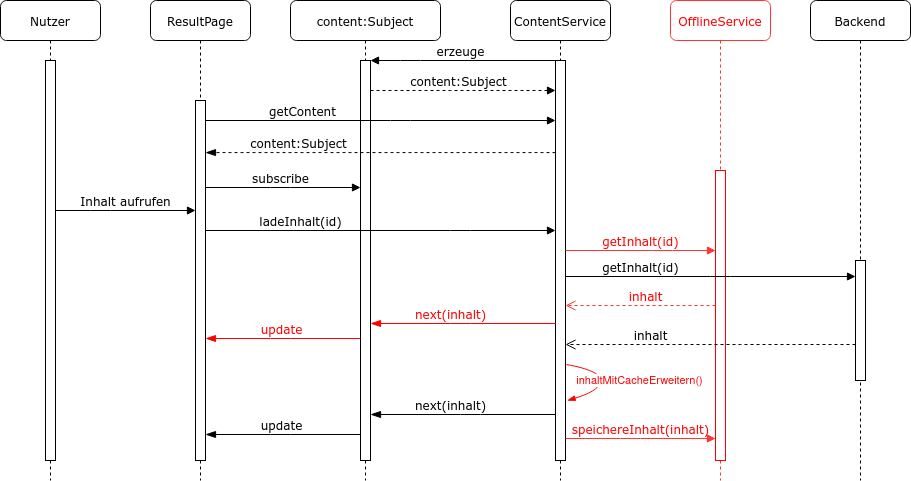
Before: tex/bilder/diagramme/inhalt-sequenzdiagramm.png, a diagram exported from draw.io (schalterDev/Bachelor-Thesis). Source tidied: cells renumbered, new cells last; positions are measured from the earlier drawing's top-left corner, leaving out a move shared by most shapes.
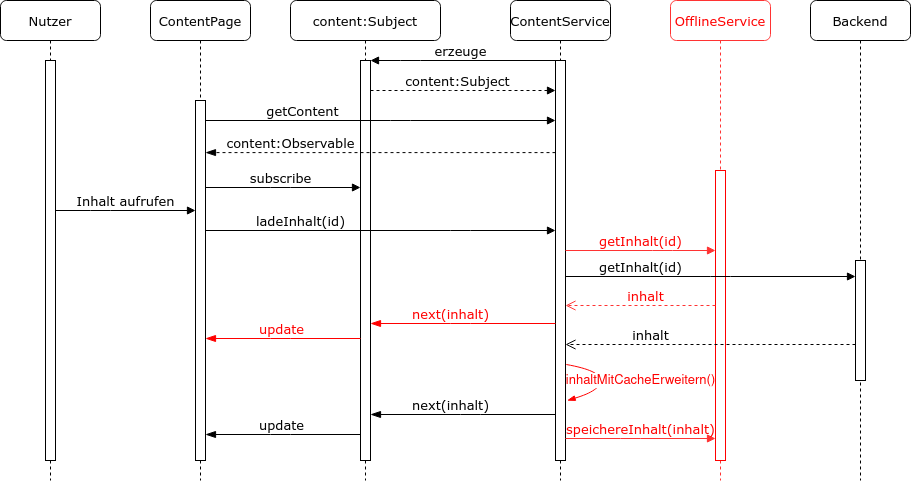
The same diagram one commit later.

Change to the diagram source:
```diff
@@ -2,19 +2,19 @@
   <root>
     <mxCell id="0" />
     <mxCell id="1" parent="0" />
-    <mxCell id="2" value="&lt;font color=&quot;#FF0000&quot;&gt;OfflineService&lt;/font&gt;" style="shape=umlLifeline;perimeter=lifelinePerimeter;whiteSpace=wrap;html=1;rounded=1;shadow=0;comic=0;labelBackgroundColor=none;strokeWidth=1;fontFamily=Verdana;fontSize=12;align=center;strokeColor=#FF3333;" parent="1" vertex="1">
+    <mxCell id="2" value="&lt;font style=&quot;font-size: 13px;&quot; color=&quot;#FF0000&quot;&gt;OfflineService&lt;/font&gt;" style="shape=umlLifeline;perimeter=lifelinePerimeter;whiteSpace=wrap;html=1;rounded=1;shadow=0;comic=0;labelBackgroundColor=none;strokeWidth=1;fontFamily=Verdana;fontSize=13;align=center;strokeColor=#FF3333;" parent="1" vertex="1">
       <mxGeometry x="670" width="100" height="480" as="geometry" />
     </mxCell>
-    <mxCell id="3" style="html=1;points=[];perimeter=orthogonalPerimeter;rounded=0;shadow=0;comic=0;labelBackgroundColor=none;strokeWidth=1;fontFamily=Verdana;fontSize=12;align=center;strokeColor=#FF0000;" parent="2" vertex="1">
+    <mxCell id="3" style="html=1;points=[];perimeter=orthogonalPerimeter;rounded=0;shadow=0;comic=0;labelBackgroundColor=none;strokeWidth=1;fontFamily=Verdana;fontSize=13;align=center;strokeColor=#FF0000;" parent="2" vertex="1">
       <mxGeometry x="45" y="170" width="10" height="290" as="geometry" />
     </mxCell>
-    <mxCell id="4" value="ContentService" style="shape=umlLifeline;perimeter=lifelinePerimeter;whiteSpace=wrap;html=1;rounded=1;shadow=0;comic=0;labelBackgroundColor=none;strokeWidth=1;fontFamily=Verdana;fontSize=12;align=center;" parent="1" vertex="1">
+    <mxCell id="4" value="ContentService" style="shape=umlLifeline;perimeter=lifelinePerimeter;whiteSpace=wrap;html=1;rounded=1;shadow=0;comic=0;labelBackgroundColor=none;strokeWidth=1;fontFamily=Verdana;fontSize=13;align=center;" parent="1" vertex="1">
       <mxGeometry x="510" width="100" height="480" as="geometry" />
     </mxCell>
-    <mxCell id="5" style="html=1;points=[];perimeter=orthogonalPerimeter;rounded=0;shadow=0;comic=0;labelBackgroundColor=none;strokeWidth=1;fontFamily=Verdana;fontSize=12;align=center;" parent="4" vertex="1">
+    <mxCell id="5" style="html=1;points=[];perimeter=orthogonalPerimeter;rounded=0;shadow=0;comic=0;labelBackgroundColor=none;strokeWidth=1;fontFamily=Verdana;fontSize=13;align=center;" parent="4" vertex="1">
       <mxGeometry x="45" y="60" width="10" height="400" as="geometry" />
     </mxCell>
-    <mxCell id="6" style="curved=1;endArrow=none;html=1;startArrow=blockThin;startFill=1;endFill=0;entryX=1.083;entryY=0.76;entryDx=0;entryDy=0;entryPerimeter=0;exitX=1.167;exitY=0.85;exitDx=0;exitDy=0;exitPerimeter=0;fontColor=#FF0000;strokeColor=#FF0000;" parent="4" edge="1" source="5" target="5">
+    <mxCell id="6" style="curved=1;endArrow=none;html=1;startArrow=blockThin;startFill=1;endFill=0;entryX=1.083;entryY=0.76;entryDx=0;entryDy=0;entryPerimeter=0;exitX=1.167;exitY=0.85;exitDx=0;exitDy=0;exitPerimeter=0;fontColor=#FF0000;strokeColor=#FF0000;fontSize=13;" parent="4" edge="1" source="5" target="5">
       <mxGeometry relative="1" as="geometry">
         <Array as="points">
           <mxPoint x="90" y="390" />
@@ -22,36 +22,36 @@
         </Array>
       </mxGeometry>
     </mxCell>
-    <mxCell id="7" value="inhaltMitCacheErweitern()" style="edgeLabel;html=1;align=center;verticalAlign=middle;fontColor=#FF0000;" parent="6" vertex="1">
+    <mxCell id="7" value="inhaltMitCacheErweitern()" style="edgeLabel;html=1;align=center;verticalAlign=middle;fontColor=#FF0000;fontSize=13;" parent="6" vertex="1">
       <mxGeometry x="0.09" y="2" relative="1" as="geometry">
         <mxPoint x="41" y="4.2" as="offset" />
       </mxGeometry>
     </mxCell>
-    <mxCell id="8" value="content:Subject" style="shape=umlLifeline;perimeter=lifelinePerimeter;whiteSpace=wrap;html=1;rounded=1;shadow=0;comic=0;labelBackgroundColor=none;strokeWidth=1;fontFamily=Verdana;fontSize=12;align=center;" parent="1" vertex="1">
+    <mxCell id="8" value="content:Subject" style="shape=umlLifeline;perimeter=lifelinePerimeter;whiteSpace=wrap;html=1;rounded=1;shadow=0;comic=0;labelBackgroundColor=none;strokeWidth=1;fontFamily=Verdana;fontSize=13;align=center;" parent="1" vertex="1">
       <mxGeometry x="290" width="150" height="480" as="geometry" />
     </mxCell>
-    <mxCell id="9" style="html=1;points=[];perimeter=orthogonalPerimeter;rounded=0;shadow=0;comic=0;labelBackgroundColor=none;strokeWidth=1;fontFamily=Verdana;fontSize=12;align=center;" parent="8" vertex="1">
+    <mxCell id="9" style="html=1;points=[];perimeter=orthogonalPerimeter;rounded=0;shadow=0;comic=0;labelBackgroundColor=none;strokeWidth=1;fontFamily=Verdana;fontSize=13;align=center;" parent="8" vertex="1">
       <mxGeometry x="70" y="60" width="10" height="400" as="geometry" />
     </mxCell>
-    <mxCell id="10" value="ResultPage" style="shape=umlLifeline;perimeter=lifelinePerimeter;whiteSpace=wrap;html=1;rounded=1;shadow=0;comic=0;labelBackgroundColor=none;strokeWidth=1;fontFamily=Verdana;fontSize=12;align=center;" parent="1" vertex="1">
+    <mxCell id="10" value="ContentPage" style="shape=umlLifeline;perimeter=lifelinePerimeter;whiteSpace=wrap;html=1;rounded=1;shadow=0;comic=0;labelBackgroundColor=none;strokeWidth=1;fontFamily=Verdana;fontSize=13;align=center;" parent="1" vertex="1">
       <mxGeometry x="150" width="100" height="480" as="geometry" />
     </mxCell>
-    <mxCell id="11" style="html=1;points=[];perimeter=orthogonalPerimeter;rounded=0;shadow=0;comic=0;labelBackgroundColor=none;strokeWidth=1;fontFamily=Verdana;fontSize=12;align=center;" parent="10" vertex="1">
+    <mxCell id="11" style="html=1;points=[];perimeter=orthogonalPerimeter;rounded=0;shadow=0;comic=0;labelBackgroundColor=none;strokeWidth=1;fontFamily=Verdana;fontSize=13;align=center;" parent="10" vertex="1">
       <mxGeometry x="45" y="100" width="10" height="360" as="geometry" />
     </mxCell>
-    <mxCell id="12" value="Backend" style="shape=umlLifeline;perimeter=lifelinePerimeter;whiteSpace=wrap;html=1;rounded=1;shadow=0;comic=0;labelBackgroundColor=none;strokeWidth=1;fontFamily=Verdana;fontSize=12;align=center;" parent="1" vertex="1">
+    <mxCell id="12" value="Backend" style="shape=umlLifeline;perimeter=lifelinePerimeter;whiteSpace=wrap;html=1;rounded=1;shadow=0;comic=0;labelBackgroundColor=none;strokeWidth=1;fontFamily=Verdana;fontSize=13;align=center;" parent="1" vertex="1">
       <mxGeometry x="810" width="100" height="480" as="geometry" />
     </mxCell>
-    <mxCell id="13" style="html=1;perimeter=orthogonalPerimeter;rounded=0;shadow=0;comic=0;labelBackgroundColor=none;strokeWidth=1;fontFamily=Verdana;fontSize=12;align=center;" parent="12" vertex="1">
+    <mxCell id="13" style="html=1;perimeter=orthogonalPerimeter;rounded=0;shadow=0;comic=0;labelBackgroundColor=none;strokeWidth=1;fontFamily=Verdana;fontSize=13;align=center;" parent="12" vertex="1">
       <mxGeometry x="45" y="260" width="10" height="120" as="geometry" />
     </mxCell>
-    <mxCell id="14" value="Nutzer" style="shape=umlLifeline;perimeter=lifelinePerimeter;whiteSpace=wrap;html=1;rounded=1;shadow=0;comic=0;labelBackgroundColor=none;strokeWidth=1;fontFamily=Verdana;fontSize=12;align=center;" parent="1" vertex="1">
+    <mxCell id="14" value="Nutzer" style="shape=umlLifeline;perimeter=lifelinePerimeter;whiteSpace=wrap;html=1;rounded=1;shadow=0;comic=0;labelBackgroundColor=none;strokeWidth=1;fontFamily=Verdana;fontSize=13;align=center;" parent="1" vertex="1">
       <mxGeometry width="100" height="480" as="geometry" />
     </mxCell>
-    <mxCell id="15" style="html=1;points=[];perimeter=orthogonalPerimeter;rounded=0;shadow=0;comic=0;labelBackgroundColor=none;strokeWidth=1;fontFamily=Verdana;fontSize=12;align=center;" parent="14" vertex="1">
+    <mxCell id="15" style="html=1;points=[];perimeter=orthogonalPerimeter;rounded=0;shadow=0;comic=0;labelBackgroundColor=none;strokeWidth=1;fontFamily=Verdana;fontSize=13;align=center;" parent="14" vertex="1">
       <mxGeometry x="45" y="60" width="10" height="400" as="geometry" />
     </mxCell>
-    <mxCell id="16" value="&lt;div&gt;getContent&lt;/div&gt;" style="html=1;verticalAlign=bottom;endArrow=block;labelBackgroundColor=none;fontFamily=Verdana;fontSize=12;edgeStyle=elbowEdgeStyle;elbow=vertical;" parent="1" edge="1" source="11" target="5">
+    <mxCell id="16" value="&lt;div style=&quot;font-size: 13px;&quot;&gt;getContent&lt;/div&gt;" style="html=1;verticalAlign=bottom;endArrow=block;labelBackgroundColor=none;fontFamily=Verdana;fontSize=13;edgeStyle=elbowEdgeStyle;elbow=vertical;" parent="1" edge="1" source="11" target="5">
       <mxGeometry x="0.47" y="-160" relative="1" as="geometry">
         <Array as="points">
           <mxPoint x="400" y="120" />
@@ -61,14 +61,14 @@
         <mxPoint x="-160" y="-160" as="offset" />
       </mxGeometry>
     </mxCell>
-    <mxCell id="17" value="Inhalt aufrufen" style="html=1;verticalAlign=bottom;endArrow=block;labelBackgroundColor=none;fontFamily=Verdana;fontSize=12;edgeStyle=elbowEdgeStyle;elbow=vertical;" parent="1" edge="1" source="15" target="11">
+    <mxCell id="17" value="Inhalt aufrufen" style="html=1;verticalAlign=bottom;endArrow=block;labelBackgroundColor=none;fontFamily=Verdana;fontSize=13;edgeStyle=elbowEdgeStyle;elbow=vertical;" parent="1" edge="1" source="15" target="11">
       <mxGeometry relative="1" as="geometry">
         <Array as="points">
           <mxPoint x="100" y="210" />
         </Array>
       </mxGeometry>
     </mxCell>
-    <mxCell id="18" value="ladeInhalt(id)" style="html=1;verticalAlign=bottom;endArrow=block;labelBackgroundColor=none;fontFamily=Verdana;fontSize=12;edgeStyle=elbowEdgeStyle;elbow=vertical;" parent="1" edge="1" source="11" target="5">
+    <mxCell id="18" value="ladeInhalt(id)" style="html=1;verticalAlign=bottom;endArrow=block;labelBackgroundColor=none;fontFamily=Verdana;fontSize=13;edgeStyle=elbowEdgeStyle;elbow=vertical;" parent="1" edge="1" source="11" target="5">
       <mxGeometry x="0.46" y="-160" relative="1" as="geometry">
         <Array as="points">
           <mxPoint x="460" y="230" />
@@ -78,7 +78,7 @@
         <mxPoint x="-160" y="-160" as="offset" />
       </mxGeometry>
     </mxCell>
-    <mxCell id="19" value="&lt;font color=&quot;#FF0000&quot;&gt;next(inhalt)&lt;/font&gt;" style="html=1;verticalAlign=bottom;endArrow=blockThin;endSize=8;labelBackgroundColor=none;fontFamily=Verdana;fontSize=12;endFill=1;strokeColor=#FF0000;" parent="1" edge="1">
+    <mxCell id="19" value="&lt;font style=&quot;font-size: 13px;&quot; color=&quot;#FF0000&quot;&gt;next(inhalt)&lt;/font&gt;" style="html=1;verticalAlign=bottom;endArrow=blockThin;endSize=8;labelBackgroundColor=none;fontFamily=Verdana;fontSize=13;endFill=1;strokeColor=#FF0000;" parent="1" edge="1">
       <mxGeometry x="0.14" relative="1" as="geometry">
         <mxPoint x="555" y="323" as="sourcePoint" />
         <mxPoint x="370" y="323" as="targetPoint" />
@@ -87,7 +87,7 @@
         </Array>
       </mxGeometry>
     </mxCell>
-    <mxCell id="20" value="getInhalt(id)" style="html=1;verticalAlign=bottom;endArrow=block;labelBackgroundColor=none;fontFamily=Verdana;fontSize=12;edgeStyle=elbowEdgeStyle;elbow=vertical;" parent="1" edge="1">
+    <mxCell id="20" value="getInhalt(id)" style="html=1;verticalAlign=bottom;endArrow=block;labelBackgroundColor=none;fontFamily=Verdana;fontSize=13;edgeStyle=elbowEdgeStyle;elbow=vertical;" parent="1" edge="1">
       <mxGeometry x="0.07" y="-80" relative="1" as="geometry">
         <mxPoint x="565" y="276" as="sourcePoint" />
         <mxPoint x="855" y="276" as="targetPoint" />
@@ -97,7 +97,7 @@
         <mxPoint x="-80" y="-80" as="offset" />
       </mxGeometry>
     </mxCell>
-    <mxCell id="21" value="inhalt" style="html=1;verticalAlign=bottom;endArrow=open;dashed=1;endSize=8;labelBackgroundColor=none;fontFamily=Verdana;fontSize=12;" parent="1" edge="1">
+    <mxCell id="21" value="inhalt" style="html=1;verticalAlign=bottom;endArrow=open;dashed=1;endSize=8;labelBackgroundColor=none;fontFamily=Verdana;fontSize=13;" parent="1" edge="1">
       <mxGeometry x="0.41" relative="1" as="geometry">
         <mxPoint x="855" y="344" as="sourcePoint" />
         <mxPoint x="565" y="344" as="targetPoint" />
@@ -106,7 +106,7 @@
         </Array>
       </mxGeometry>
     </mxCell>
-    <mxCell id="22" value="&lt;font color=&quot;#FF0000&quot;&gt;getInhalt(id)&lt;/font&gt;" style="html=1;verticalAlign=bottom;endArrow=block;labelBackgroundColor=none;fontFamily=Verdana;fontSize=12;edgeStyle=elbowEdgeStyle;elbow=vertical;strokeColor=#FF3333;" parent="1" edge="1" target="3">
+    <mxCell id="22" value="&lt;font style=&quot;font-size: 13px;&quot; color=&quot;#FF0000&quot;&gt;getInhalt(id)&lt;/font&gt;" style="html=1;verticalAlign=bottom;endArrow=block;labelBackgroundColor=none;fontFamily=Verdana;fontSize=13;edgeStyle=elbowEdgeStyle;elbow=vertical;strokeColor=#FF3333;" parent="1" edge="1" target="3">
       <mxGeometry relative="1" as="geometry">
         <mxPoint x="565" y="250" as="sourcePoint" />
         <Array as="points">
@@ -114,7 +114,7 @@
         </Array>
       </mxGeometry>
     </mxCell>
-    <mxCell id="23" value="&lt;font color=&quot;#FF0000&quot;&gt;inhalt&lt;/font&gt;" style="html=1;verticalAlign=bottom;endArrow=open;dashed=1;endSize=8;labelBackgroundColor=none;fontFamily=Verdana;fontSize=12;strokeColor=#FF3333;" parent="1" edge="1">
+    <mxCell id="23" value="&lt;font style=&quot;font-size: 13px;&quot; color=&quot;#FF0000&quot;&gt;inhalt&lt;/font&gt;" style="html=1;verticalAlign=bottom;endArrow=open;dashed=1;endSize=8;labelBackgroundColor=none;fontFamily=Verdana;fontSize=13;strokeColor=#FF3333;" parent="1" edge="1">
       <mxGeometry x="-0.06" relative="1" as="geometry">
         <mxPoint x="715" y="305" as="sourcePoint" />
         <mxPoint x="565" y="305" as="targetPoint" />
@@ -123,7 +123,7 @@
         </Array>
       </mxGeometry>
     </mxCell>
-    <mxCell id="24" value="erzeuge" style="html=1;verticalAlign=bottom;endArrow=block;labelBackgroundColor=none;fontFamily=Verdana;fontSize=12;edgeStyle=elbowEdgeStyle;elbow=vertical;" parent="1" edge="1" source="5" target="9">
+    <mxCell id="24" value="erzeuge" style="html=1;verticalAlign=bottom;endArrow=block;labelBackgroundColor=none;fontFamily=Verdana;fontSize=13;edgeStyle=elbowEdgeStyle;elbow=vertical;" parent="1" edge="1" source="5" target="9">
       <mxGeometry x="0.57" y="-50" relative="1" as="geometry">
         <Array as="points">
           <mxPoint x="410" y="60" />
@@ -132,7 +132,7 @@
         <mxPoint x="50" y="50" as="offset" />
       </mxGeometry>
     </mxCell>
-    <mxCell id="25" value="content:Subject" style="html=1;verticalAlign=bottom;endArrow=block;labelBackgroundColor=none;fontFamily=Verdana;fontSize=12;edgeStyle=elbowEdgeStyle;elbow=vertical;dashed=1;" parent="1" edge="1" source="9" target="5">
+    <mxCell id="25" value="content:Subject" style="html=1;verticalAlign=bottom;endArrow=block;labelBackgroundColor=none;fontFamily=Verdana;fontSize=13;edgeStyle=elbowEdgeStyle;elbow=vertical;dashed=1;" parent="1" edge="1" source="9" target="5">
       <mxGeometry x="0.16" y="-20" relative="1" as="geometry">
         <Array as="points">
           <mxPoint x="460" y="90" />
@@ -143,13 +143,13 @@
         <mxPoint x="-20" y="-20" as="offset" />
       </mxGeometry>
     </mxCell>
-    <mxCell id="26" value="content:Subject" style="html=1;verticalAlign=bottom;endArrow=blockThin;endSize=8;labelBackgroundColor=none;fontFamily=Verdana;fontSize=12;endFill=1;entryX=1;entryY=0.182;entryDx=0;entryDy=0;entryPerimeter=0;dashed=1;" parent="1" edge="1">
-      <mxGeometry x="0.47" relative="1" as="geometry">
+    <mxCell id="26" value="content:Observable" style="html=1;verticalAlign=bottom;endArrow=blockThin;endSize=8;labelBackgroundColor=none;fontFamily=Verdana;fontSize=13;endFill=1;entryX=1;entryY=0.182;entryDx=0;entryDy=0;entryPerimeter=0;dashed=1;" parent="1" edge="1">
+      <mxGeometry x="0.51" relative="1" as="geometry">
         <mxPoint x="555" y="152.1" as="sourcePoint" />
         <mxPoint x="205" y="152.1" as="targetPoint" />
       </mxGeometry>
     </mxCell>
-    <mxCell id="27" value="subscribe" style="html=1;verticalAlign=bottom;endArrow=block;labelBackgroundColor=none;fontFamily=Verdana;fontSize=12;edgeStyle=elbowEdgeStyle;elbow=vertical;" parent="1" edge="1" source="11" target="9">
+    <mxCell id="27" value="subscribe" style="html=1;verticalAlign=bottom;endArrow=block;labelBackgroundColor=none;fontFamily=Verdana;fontSize=13;edgeStyle=elbowEdgeStyle;elbow=vertical;" parent="1" edge="1" source="11" target="9">
       <mxGeometry x="-0.03" relative="1" as="geometry">
         <Array as="points">
           <mxPoint x="280" y="187" />
@@ -158,7 +158,7 @@
         </Array>
       </mxGeometry>
     </mxCell>
-    <mxCell id="28" value="&lt;font color=&quot;#FF0000&quot;&gt;update&lt;/font&gt;" style="html=1;verticalAlign=bottom;endArrow=blockThin;endSize=8;labelBackgroundColor=none;fontFamily=Verdana;fontSize=12;endFill=1;strokeColor=#FF0000;" parent="1" edge="1">
+    <mxCell id="28" value="&lt;font style=&quot;font-size: 13px;&quot; color=&quot;#FF0000&quot;&gt;update&lt;/font&gt;" style="html=1;verticalAlign=bottom;endArrow=blockThin;endSize=8;labelBackgroundColor=none;fontFamily=Verdana;fontSize=13;endFill=1;strokeColor=#FF0000;" parent="1" edge="1">
       <mxGeometry x="0.02" relative="1" as="geometry">
         <mxPoint x="360" y="338" as="sourcePoint" />
         <mxPoint x="205" y="338" as="targetPoint" />
@@ -167,7 +167,7 @@
         </Array>
       </mxGeometry>
     </mxCell>
-    <mxCell id="29" value="next(inhalt)" style="html=1;verticalAlign=bottom;endArrow=blockThin;endSize=8;labelBackgroundColor=none;fontFamily=Verdana;fontSize=12;endFill=1;" parent="1" edge="1">
+    <mxCell id="29" value="next(inhalt)" style="html=1;verticalAlign=bottom;endArrow=blockThin;endSize=8;labelBackgroundColor=none;fontFamily=Verdana;fontSize=13;endFill=1;" parent="1" edge="1">
       <mxGeometry x="0.14" relative="1" as="geometry">
         <mxPoint x="555" y="414" as="sourcePoint" />
         <mxPoint x="370" y="414" as="targetPoint" />
@@ -176,7 +176,7 @@
         </Array>
       </mxGeometry>
     </mxCell>
-    <mxCell id="30" value="update" style="html=1;verticalAlign=bottom;endArrow=blockThin;endSize=8;labelBackgroundColor=none;fontFamily=Verdana;fontSize=12;endFill=1;" parent="1" edge="1">
+    <mxCell id="30" value="update" style="html=1;verticalAlign=bottom;endArrow=blockThin;endSize=8;labelBackgroundColor=none;fontFamily=Verdana;fontSize=13;endFill=1;" parent="1" edge="1">
       <mxGeometry x="0.02" relative="1" as="geometry">
         <mxPoint x="360" y="434" as="sourcePoint" />
         <mxPoint x="205" y="434" as="targetPoint" />
@@ -185,7 +185,7 @@
         </Array>
       </mxGeometry>
     </mxCell>
-    <mxCell id="31" value="&lt;font color=&quot;#FF0000&quot;&gt;speichereInhalt(inhalt)&lt;/font&gt;" style="html=1;verticalAlign=bottom;endArrow=block;labelBackgroundColor=none;fontFamily=Verdana;fontSize=12;edgeStyle=elbowEdgeStyle;elbow=vertical;strokeColor=#FF3333;" parent="1" edge="1">
+    <mxCell id="31" value="&lt;font style=&quot;font-size: 13px;&quot; color=&quot;#FF0000&quot;&gt;speichereInhalt(inhalt)&lt;/font&gt;" style="html=1;verticalAlign=bottom;endArrow=block;labelBackgroundColor=none;fontFamily=Verdana;fontSize=13;edgeStyle=elbowEdgeStyle;elbow=vertical;strokeColor=#FF3333;" parent="1" edge="1">
       <mxGeometry relative="1" as="geometry">
         <mxPoint x="565" y="438" as="sourcePoint" />
         <mxPoint x="715" y="438" as="targetPoint" />
```
